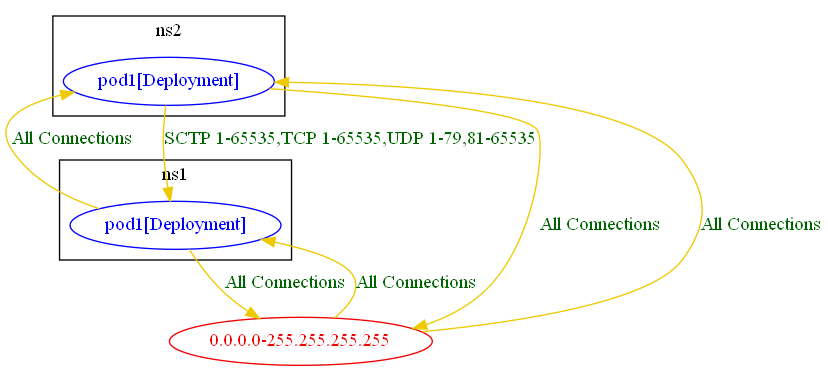
np-guard/netpol-analyzer keeps this Graphviz diagram as test_outputs/connlist/anp_with_banp_pass_test_connlist_output.dot.png. Above is the earlier version. Its source is kept beside it as test_outputs/connlist/anp_with_banp_pass_test_connlist_output.dot.
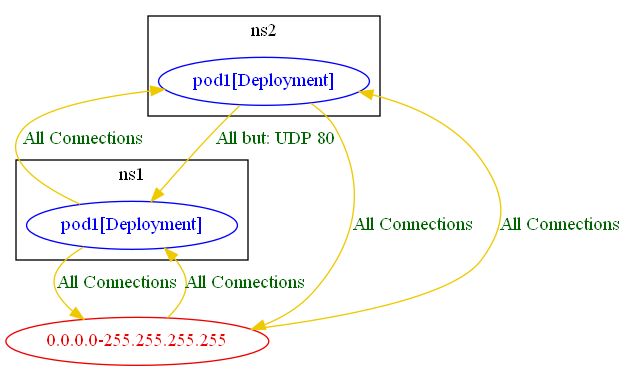
The same file after the commit.

Diff of the diagram source:
```diff
@@ -17,5 +17,5 @@
 	"ns1/pod1[Deployment]" -> "0.0.0.0-255.255.255.255" [label="All Connections" color="gold2" fontcolor="darkgreen" weight=1]
 	"ns1/pod1[Deployment]" -> "ns2/pod1[Deployment]" [label="All Connections" color="gold2" fontcolor="darkgreen" weight=0.5]
 	"ns2/pod1[Deployment]" -> "0.0.0.0-255.255.255.255" [label="All Connections" color="gold2" fontcolor="darkgreen" weight=1]
-	"ns2/pod1[Deployment]" -> "ns1/pod1[Deployment]" [label="SCTP 1-65535,TCP 1-65535,UDP 1-79,81-65535" color="gold2" fontcolor="darkgreen" weight=1]
+	"ns2/pod1[Deployment]" -> "ns1/pod1[Deployment]" [label="All but: UDP 80" color="gold2" fontcolor="darkgreen" weight=1]
 }
```
